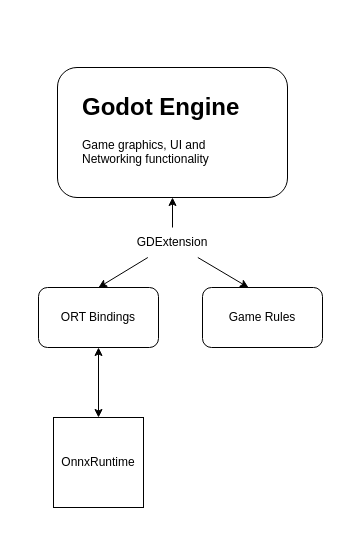
Above: flowchart.drawio in Klazkin/player-zero (draw.io), before the change. Source tidied: cells renumbered, new cells numbered last; positions are measured from the earlier drawing's top-left corner, leaving out a move shared by most shapes. Both pictures are drawn from the tidied source at 100%, with x=0, y=0 at pixel (38, 67).
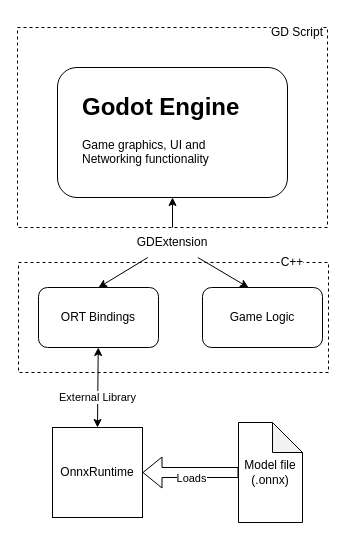
The same page after the edit.

The change refers to these unchanged cells:
```xml
<mxCell id="11" style="endArrow=classic;startArrow=classic;html=1;rounded=0;exitX=0.5;exitY=0;exitDx=0;exitDy=0;" parent="1" edge="1" source="10" target="4">
  <mxGeometry relative="1" as="geometry" />
</mxCell>
```

The edit, as a diff of the source:
```diff
@@
+    <mxCell id="13" style="rounded=0;whiteSpace=wrap;html=1;dashed=1;fillColor=none;" parent="1" vertex="1">
+      <mxGeometry x="-20" y="195" width="310" height="110" as="geometry" />
+    </mxCell>
+    <mxCell id="14" style="rounded=0;whiteSpace=wrap;html=1;dashed=1;fillColor=none;" parent="1" vertex="1">
+      <mxGeometry x="-21" y="-40" width="310" height="200" as="geometry" />
+    </mxCell>
@@
-    <mxCell id="8" value="Game Rules" style="rounded=1;whiteSpace=wrap;html=1;" parent="1" vertex="1">
+    <mxCell id="8" value="Game Logic" style="rounded=1;whiteSpace=wrap;html=1;" parent="1" vertex="1">
       <mxGeometry x="164" y="220" width="120" height="60" as="geometry" />
     </mxCell>
@@
     <mxCell id="10" style="whiteSpace=wrap;html=1;" parent="1" vertex="1">
-      <mxGeometry x="15" y="350" width="90" height="90" as="geometry" />
+      <mxGeometry x="14" y="360" width="90" height="90" as="geometry" />
     </mxCell>
@@
+    <mxCell id="15" value="&lt;div&gt;External Library&lt;/div&gt;" style="edgeLabel;html=1;align=center;verticalAlign=middle;" parent="11" vertex="1">
+      <mxGeometry x="-0.26" y="1" relative="1" as="geometry" />
+    </mxCell>
     <mxCell id="12" value="OnnxRuntime" style="text;html=1;strokeColor=none;fillColor=none;align=center;verticalAlign=middle;whiteSpace=wrap;rounded=0;" parent="1" vertex="1">
-      <mxGeometry x="30" y="380" width="60" height="30" as="geometry" />
+      <mxGeometry x="29" y="390" width="60" height="30" as="geometry" />
     </mxCell>
+    <mxCell id="16" value="&lt;div&gt;C++&lt;/div&gt;" style="text;html=1;strokeColor=none;fillColor=none;align=center;verticalAlign=middle;whiteSpace=wrap;rounded=0;labelBackgroundColor=default;gradientColor=none;" parent="1" vertex="1">
+      <mxGeometry x="224" y="180" width="60" height="30" as="geometry" />
+    </mxCell>
+    <mxCell id="17" value="GD Script" style="text;html=1;strokeColor=none;fillColor=none;align=center;verticalAlign=middle;whiteSpace=wrap;rounded=0;labelBackgroundColor=default;gradientColor=none;" parent="1" vertex="1">
+      <mxGeometry x="229" y="-50" width="60" height="30" as="geometry" />
+    </mxCell>
+    <mxCell id="18" value="Model file&lt;br&gt;(.onnx)" style="shape=note;whiteSpace=wrap;html=1;backgroundOutline=1;darkOpacity=0.05;" parent="1" vertex="1">
+      <mxGeometry x="200" y="355" width="64" height="100" as="geometry" />
+    </mxCell>
+    <mxCell id="19" style="shape=flexArrow;endArrow=classic;html=1;rounded=0;exitX=0;exitY=0.5;exitDx=0;exitDy=0;exitPerimeter=0;entryX=1;entryY=0.5;entryDx=0;entryDy=0;" parent="1" edge="1">
+      <mxGeometry relative="1" as="geometry">
+        <mxPoint x="200" y="405" as="sourcePoint" />
+        <mxPoint x="104" y="405" as="targetPoint" />
+      </mxGeometry>
+    </mxCell>
+    <mxCell id="20" value="Loads" style="edgeLabel;html=1;align=center;verticalAlign=middle;" parent="19" vertex="1">
+      <mxGeometry y="5" relative="1" as="geometry" />
+    </mxCell>
```
